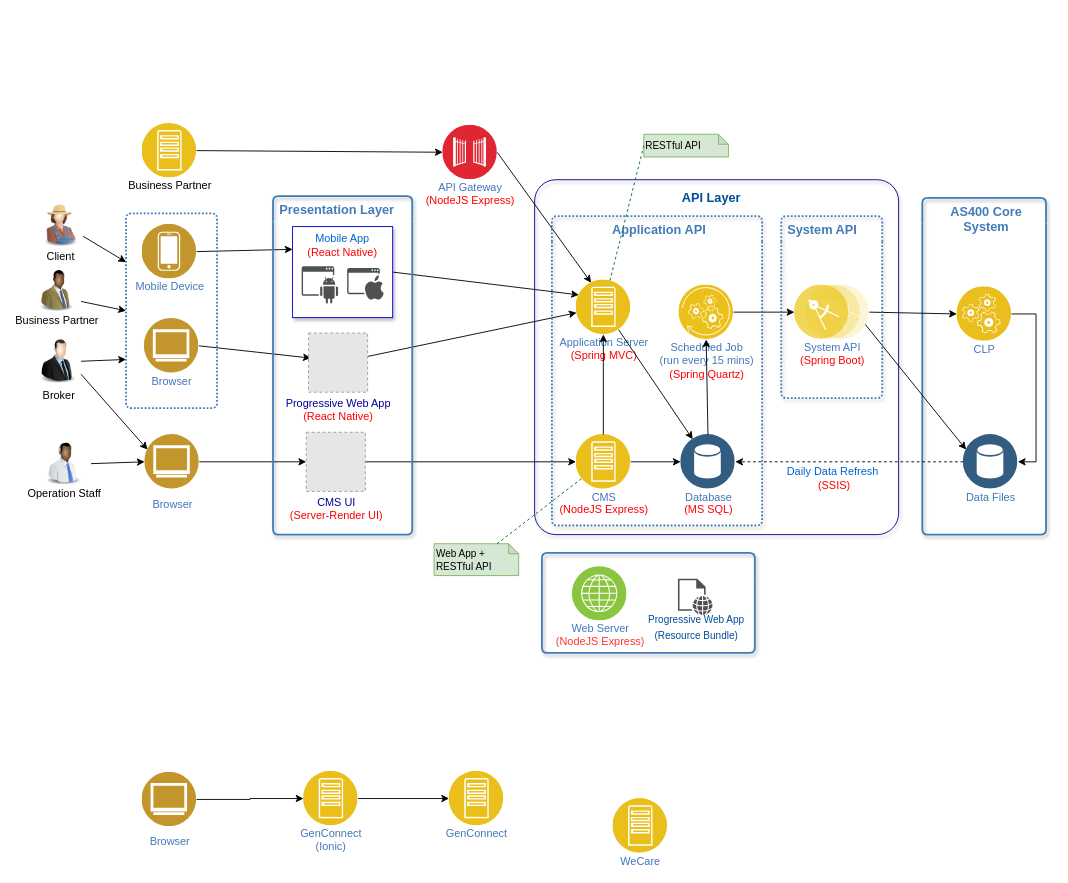
Before: page "Logical Component" (1 of 2) of Bravo_Architecture (8).drawio in whalebig27/change-request-process-diagram, a draw.io diagram. Source tidied: cells renumbered, new cells numbered last; positions are measured from the earlier drawing's top-left corner, leaving out a move shared by most shapes. Both pictures are drawn from the tidied source at 91%, with x=0, y=0 at pixel (33, 123). Pictures stored in the file or linked from it are replaced by grey dashed boxes.
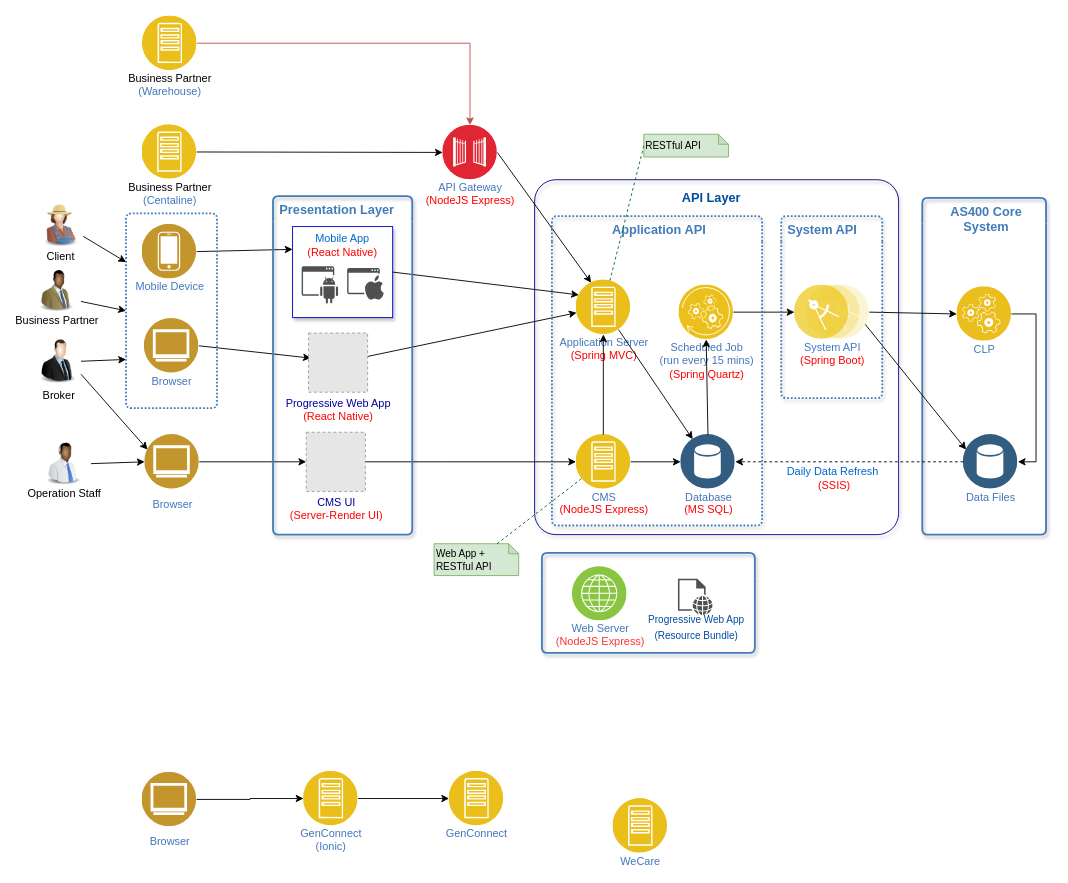
Above is the later version.

Unchanged cells that the change refers to:
```xml
<mxCell id="5" value="API Gateway&lt;br&gt;&lt;font color=&quot;#ff0000&quot;&gt;(NodeJS Express)&lt;/font&gt;&lt;br&gt;" style="perimeter=ellipsePerimeter;html=1;align=center;shadow=0;dashed=0;fontColor=#4277BB;labelBackgroundColor=#ffffff;fontSize=12;spacingTop=-5;image;image=img/lib/ibm/security/gateway.svg;" parent="1" vertex="1">
  <mxGeometry x="450" y="2" width="60" height="60" as="geometry" />
</mxCell>
```

Diff of the diagram source:
```diff
@@
-    <mxCell id="10" value="&lt;font style=&quot;font-size: 12px&quot;&gt;&lt;font color=&quot;#000000&quot;&gt;Business Partner&lt;/font&gt;&lt;br&gt;&lt;/font&gt;" style="perimeter=ellipsePerimeter;html=1;align=center;shadow=0;dashed=0;fontColor=#4277BB;labelBackgroundColor=#ffffff;fontSize=12;spacingTop=-5;image;image=img/lib/ibm/applications/app_server.svg;" parent="1" vertex="1">
-      <mxGeometry x="119.5" width="60" height="60" as="geometry" />
+    <mxCell id="10" value="&lt;font style=&quot;font-size: 12px&quot;&gt;&lt;font color=&quot;#000000&quot;&gt;Business Partner&lt;br&gt;&lt;/font&gt;(Centaline)&lt;br&gt;&lt;/font&gt;" style="perimeter=ellipsePerimeter;html=1;align=center;shadow=0;dashed=0;fontColor=#4277BB;labelBackgroundColor=#ffffff;fontSize=12;spacingTop=-5;image;image=img/lib/ibm/applications/app_server.svg;" parent="1" vertex="1">
+      <mxGeometry x="119.5" y="1.5" width="60" height="60" as="geometry" />
     </mxCell>
@@
+    <mxCell id="71" style="edgeStyle=orthogonalEdgeStyle;rounded=0;jettySize=auto;html=1;fillColor=#f8cecc;strokeColor=#b85450;" parent="1" edge="1" source="72" target="5">
+      <mxGeometry relative="1" as="geometry" />
+    </mxCell>
+    <mxCell id="72" value="&lt;font style=&quot;font-size: 12px&quot;&gt;&lt;font color=&quot;#000000&quot;&gt;Business Partner&lt;br&gt;&lt;/font&gt;(Warehouse)&lt;br&gt;&lt;/font&gt;" style="perimeter=ellipsePerimeter;html=1;align=center;shadow=0;dashed=0;fontColor=#4277BB;labelBackgroundColor=#ffffff;fontSize=12;spacingTop=-5;image;image=img/lib/ibm/applications/app_server.svg;" parent="1" vertex="1">
+      <mxGeometry x="120" y="-118" width="60" height="60" as="geometry" />
+    </mxCell>
```
